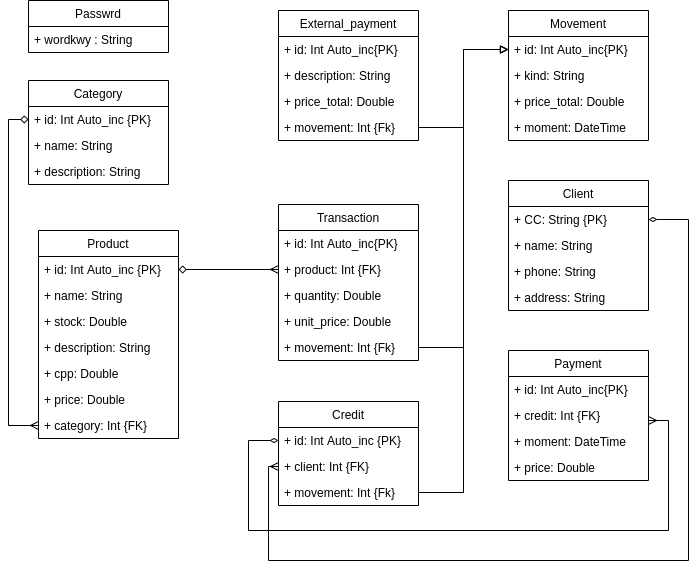
The draw.io diagram schemes/clases.png in DanielC0/TPS, before a commit. Source tidied: cells renumbered, new cells last; positions are measured from the earlier drawing's top-left corner, leaving out a move shared by most shapes. The source it was exported from:
```xml
<mxGraphModel>
  <root>
    <mxCell id="0" />
    <mxCell id="1" parent="0" />
    <mxCell id="2" value="Passwrd" style="swimlane;fontStyle=0;horizontal=1;startSize=26;fillColor=none;" parent="1" vertex="1">
      <mxGeometry width="140" height="52" as="geometry" />
    </mxCell>
    <mxCell id="3" value="+ wordkwy : String" style="text;strokeColor=none;fillColor=none;align=left;verticalAlign=top;spacingLeft=4;spacingRight=4;overflow=hidden;" parent="2" vertex="1">
      <mxGeometry y="26" width="140" height="26" as="geometry" />
    </mxCell>
    <mxCell id="4" value="Category" style="swimlane;fontStyle=0;horizontal=1;startSize=26;fillColor=none;" parent="1" vertex="1">
      <mxGeometry y="80" width="140" height="104" as="geometry" />
    </mxCell>
    <mxCell id="5" value="+ id: Int Auto_inc {PK}" style="text;strokeColor=none;fillColor=none;align=left;verticalAlign=top;spacingLeft=4;spacingRight=4;overflow=hidden;points=[[0,0.5],[1,0.5]];portConstraint=eastwest;" parent="4" vertex="1">
      <mxGeometry y="26" width="140" height="26" as="geometry" />
    </mxCell>
    <mxCell id="6" value="+ name: String" style="text;strokeColor=none;fillColor=none;align=left;verticalAlign=top;spacingLeft=4;spacingRight=4;overflow=hidden;" parent="4" vertex="1">
      <mxGeometry y="52" width="140" height="26" as="geometry" />
    </mxCell>
    <mxCell id="7" value="+ description: String" style="text;strokeColor=none;fillColor=none;align=left;verticalAlign=top;spacingLeft=4;spacingRight=4;overflow=hidden;" parent="4" vertex="1">
      <mxGeometry y="78" width="140" height="26" as="geometry" />
    </mxCell>
    <mxCell id="8" value="Product" style="swimlane;fontStyle=0;horizontal=1;startSize=26;fillColor=none;" parent="1" vertex="1">
      <mxGeometry x="10" y="230" width="140" height="208" as="geometry" />
    </mxCell>
    <mxCell id="9" value="+ id: Int Auto_inc {PK}" style="text;strokeColor=none;fillColor=none;align=left;verticalAlign=top;spacingLeft=4;spacingRight=4;overflow=hidden;points=[[0,0.5],[1,0.5]];portConstraint=eastwest;" parent="8" vertex="1">
      <mxGeometry y="26" width="140" height="26" as="geometry" />
    </mxCell>
    <mxCell id="10" value="+ name: String" style="text;strokeColor=none;fillColor=none;align=left;verticalAlign=top;spacingLeft=4;spacingRight=4;overflow=hidden;" parent="8" vertex="1">
      <mxGeometry y="52" width="140" height="26" as="geometry" />
    </mxCell>
    <mxCell id="11" value="+ stock: Double " style="text;strokeColor=none;fillColor=none;align=left;verticalAlign=top;spacingLeft=4;spacingRight=4;overflow=hidden;" parent="8" vertex="1">
      <mxGeometry y="78" width="140" height="26" as="geometry" />
    </mxCell>
    <mxCell id="12" value="+ description: String" style="text;strokeColor=none;fillColor=none;align=left;verticalAlign=top;spacingLeft=4;spacingRight=4;overflow=hidden;" parent="8" vertex="1">
      <mxGeometry y="104" width="140" height="26" as="geometry" />
    </mxCell>
    <mxCell id="13" value="+ cpp: Double" style="text;strokeColor=none;fillColor=none;align=left;verticalAlign=top;spacingLeft=4;spacingRight=4;overflow=hidden;" parent="8" vertex="1">
      <mxGeometry y="130" width="140" height="26" as="geometry" />
    </mxCell>
    <mxCell id="14" value="+ price: Double" style="text;strokeColor=none;fillColor=none;align=left;verticalAlign=top;spacingLeft=4;spacingRight=4;overflow=hidden;" parent="8" vertex="1">
      <mxGeometry y="156" width="140" height="26" as="geometry" />
    </mxCell>
    <mxCell id="15" value="+ category: Int {FK}" style="text;strokeColor=none;fillColor=none;align=left;verticalAlign=top;spacingLeft=4;spacingRight=4;overflow=hidden;points=[[0,0.5],[1,0.5]];portConstraint=eastwest;" parent="8" vertex="1">
      <mxGeometry y="182" width="140" height="26" as="geometry" />
    </mxCell>
    <mxCell id="16" value="Transaction" style="swimlane;fontStyle=0;horizontal=1;startSize=26;fillColor=none;" parent="1" vertex="1">
      <mxGeometry x="250" y="204" width="140" height="156" as="geometry" />
    </mxCell>
    <mxCell id="17" value="+ id: Int Auto_inc{PK}" style="text;strokeColor=none;fillColor=none;align=left;verticalAlign=top;spacingLeft=4;spacingRight=4;overflow=hidden;" parent="16" vertex="1">
      <mxGeometry y="26" width="140" height="26" as="geometry" />
    </mxCell>
    <mxCell id="18" value="+ product: Int {FK}" style="text;strokeColor=none;fillColor=none;align=left;verticalAlign=top;spacingLeft=4;spacingRight=4;overflow=hidden;points=[[0,0.5],[1,0.5]];portConstraint=eastwest;" parent="16" vertex="1">
      <mxGeometry y="52" width="140" height="26" as="geometry" />
    </mxCell>
    <mxCell id="19" value="+ quantity: Double" style="text;strokeColor=none;fillColor=none;align=left;verticalAlign=top;spacingLeft=4;spacingRight=4;overflow=hidden;" parent="16" vertex="1">
      <mxGeometry y="78" width="140" height="26" as="geometry" />
    </mxCell>
    <mxCell id="20" value="+ unit_price: Double" style="text;strokeColor=none;fillColor=none;align=left;verticalAlign=top;spacingLeft=4;spacingRight=4;overflow=hidden;" parent="16" vertex="1">
      <mxGeometry y="104" width="140" height="26" as="geometry" />
    </mxCell>
    <mxCell id="21" value="+ movement: Int {Fk}" style="text;strokeColor=none;fillColor=none;align=left;verticalAlign=top;spacingLeft=4;spacingRight=4;overflow=hidden;points=[[0,0.5],[1,0.5]];portConstraint=eastwest;" parent="16" vertex="1">
      <mxGeometry y="130" width="140" height="26" as="geometry" />
    </mxCell>
    <mxCell id="22" value="Movement" style="swimlane;fontStyle=0;horizontal=1;startSize=26;fillColor=none;" parent="1" vertex="1">
      <mxGeometry x="480" y="10" width="140" height="130" as="geometry" />
    </mxCell>
    <mxCell id="23" value="+ id: Int Auto_inc{PK}" style="text;strokeColor=none;fillColor=none;align=left;verticalAlign=top;spacingLeft=4;spacingRight=4;overflow=hidden;points=[[0,0.5],[1,0.5]];portConstraint=eastwest;" parent="22" vertex="1">
      <mxGeometry y="26" width="140" height="26" as="geometry" />
    </mxCell>
    <mxCell id="24" value="+ kind: String" style="text;strokeColor=none;fillColor=none;align=left;verticalAlign=top;spacingLeft=4;spacingRight=4;overflow=hidden;" parent="22" vertex="1">
      <mxGeometry y="52" width="140" height="26" as="geometry" />
    </mxCell>
    <mxCell id="25" value="+ price_total: Double" style="text;strokeColor=none;fillColor=none;align=left;verticalAlign=top;spacingLeft=4;spacingRight=4;overflow=hidden;" parent="22" vertex="1">
      <mxGeometry y="78" width="140" height="26" as="geometry" />
    </mxCell>
    <mxCell id="26" value="+ moment: DateTime" style="text;strokeColor=none;fillColor=none;align=left;verticalAlign=top;spacingLeft=4;spacingRight=4;overflow=hidden;" parent="22" vertex="1">
      <mxGeometry y="104" width="140" height="26" as="geometry" />
    </mxCell>
    <mxCell id="27" value="External_payment" style="swimlane;fontStyle=0;horizontal=1;startSize=26;fillColor=none;" parent="1" vertex="1">
      <mxGeometry x="250" y="10" width="140" height="130" as="geometry" />
    </mxCell>
    <mxCell id="28" value="+ id: Int Auto_inc{PK}" style="text;strokeColor=none;fillColor=none;align=left;verticalAlign=top;spacingLeft=4;spacingRight=4;overflow=hidden;" parent="27" vertex="1">
      <mxGeometry y="26" width="140" height="26" as="geometry" />
    </mxCell>
    <mxCell id="29" value="+ description: String" style="text;strokeColor=none;fillColor=none;align=left;verticalAlign=top;spacingLeft=4;spacingRight=4;overflow=hidden;" parent="27" vertex="1">
      <mxGeometry y="52" width="140" height="26" as="geometry" />
    </mxCell>
    <mxCell id="30" value="+ price_total: Double" style="text;strokeColor=none;fillColor=none;align=left;verticalAlign=top;spacingLeft=4;spacingRight=4;overflow=hidden;" parent="27" vertex="1">
      <mxGeometry y="78" width="140" height="26" as="geometry" />
    </mxCell>
    <mxCell id="31" value="+ movement: Int {Fk}" style="text;strokeColor=none;fillColor=none;align=left;verticalAlign=top;spacingLeft=4;spacingRight=4;overflow=hidden;points=[[0,0.5],[1,0.5]];portConstraint=eastwest;" parent="27" vertex="1">
      <mxGeometry y="104" width="140" height="26" as="geometry" />
    </mxCell>
    <mxCell id="32" value="Credit" style="swimlane;fontStyle=0;horizontal=1;startSize=26;fillColor=none;" parent="1" vertex="1">
      <mxGeometry x="250" y="401" width="140" height="104" as="geometry" />
    </mxCell>
    <mxCell id="33" value="+ id: Int Auto_inc {PK}" style="text;strokeColor=none;fillColor=none;align=left;verticalAlign=top;spacingLeft=4;spacingRight=4;overflow=hidden;points=[[0,0.5],[1,0.5]];portConstraint=eastwest;" parent="32" vertex="1">
      <mxGeometry y="26" width="140" height="26" as="geometry" />
    </mxCell>
    <mxCell id="34" value="+ client: Int {FK}" style="text;strokeColor=none;fillColor=none;align=left;verticalAlign=top;spacingLeft=4;spacingRight=4;overflow=hidden;points=[[0,0.5],[1,0.5]];portConstraint=eastwest;" parent="32" vertex="1">
      <mxGeometry y="52" width="140" height="26" as="geometry" />
    </mxCell>
    <mxCell id="35" value="+ movement: Int {Fk}" style="text;strokeColor=none;fillColor=none;align=left;verticalAlign=top;spacingLeft=4;spacingRight=4;overflow=hidden;points=[[0,0.5],[1,0.5]];portConstraint=eastwest;" parent="32" vertex="1">
      <mxGeometry y="78" width="140" height="26" as="geometry" />
    </mxCell>
    <mxCell id="36" value="Client" style="swimlane;fontStyle=0;horizontal=1;startSize=26;fillColor=none;" parent="1" vertex="1">
      <mxGeometry x="480" y="180" width="140" height="130" as="geometry" />
    </mxCell>
    <mxCell id="37" value="+ CC: String {PK}" style="text;strokeColor=none;fillColor=none;align=left;verticalAlign=top;spacingLeft=4;spacingRight=4;overflow=hidden;points=[[0,0.5],[1,0.5]];portConstraint=eastwest;" parent="36" vertex="1">
      <mxGeometry y="26" width="140" height="26" as="geometry" />
    </mxCell>
    <mxCell id="38" value="+ name: String" style="text;strokeColor=none;fillColor=none;align=left;verticalAlign=top;spacingLeft=4;spacingRight=4;overflow=hidden;" parent="36" vertex="1">
      <mxGeometry y="52" width="140" height="26" as="geometry" />
    </mxCell>
    <mxCell id="39" value="+ phone: String" style="text;strokeColor=none;fillColor=none;align=left;verticalAlign=top;spacingLeft=4;spacingRight=4;overflow=hidden;" parent="36" vertex="1">
      <mxGeometry y="78" width="140" height="26" as="geometry" />
    </mxCell>
    <mxCell id="40" value="+ address: String" style="text;strokeColor=none;fillColor=none;align=left;verticalAlign=top;spacingLeft=4;spacingRight=4;overflow=hidden;" parent="36" vertex="1">
      <mxGeometry y="104" width="140" height="26" as="geometry" />
    </mxCell>
    <mxCell id="41" value="Payment" style="swimlane;fontStyle=0;horizontal=1;startSize=26;fillColor=none;" parent="1" vertex="1">
      <mxGeometry x="480" y="350" width="140" height="130" as="geometry" />
    </mxCell>
    <mxCell id="42" value="+ id: Int Auto_inc{PK}" style="text;strokeColor=none;fillColor=none;align=left;verticalAlign=top;spacingLeft=4;spacingRight=4;overflow=hidden;" parent="41" vertex="1">
      <mxGeometry y="26" width="140" height="26" as="geometry" />
    </mxCell>
    <mxCell id="43" value="+ credit: Int {FK}" style="text;strokeColor=none;fillColor=none;align=left;verticalAlign=top;spacingLeft=4;spacingRight=4;overflow=hidden;points=[[0,0.5],[1,0.5]];portConstraint=eastwest;" parent="41" vertex="1">
      <mxGeometry y="52" width="140" height="26" as="geometry" />
    </mxCell>
    <mxCell id="44" value="+ moment: DateTime" style="text;strokeColor=none;fillColor=none;align=left;verticalAlign=top;spacingLeft=4;spacingRight=4;overflow=hidden;" parent="41" vertex="1">
      <mxGeometry y="78" width="140" height="26" as="geometry" />
    </mxCell>
    <mxCell id="45" value="+ price: Double" style="text;strokeColor=none;fillColor=none;align=left;verticalAlign=top;spacingLeft=4;spacingRight=4;overflow=hidden;" parent="41" vertex="1">
      <mxGeometry y="104" width="140" height="26" as="geometry" />
    </mxCell>
    <mxCell id="46" style="edgeStyle=orthogonalEdgeStyle;rounded=0;jettySize=auto;html=1;exitX=0;exitY=0.5;exitDx=0;exitDy=0;entryX=0;entryY=0.5;entryDx=0;entryDy=0;endArrow=diamond;endFill=0;startArrow=ERmany;startFill=0;" parent="1" edge="1" source="15" target="5">
      <mxGeometry relative="1" as="geometry" />
    </mxCell>
    <mxCell id="47" style="edgeStyle=orthogonalEdgeStyle;rounded=0;jettySize=auto;html=1;entryX=1;entryY=0.5;entryDx=0;entryDy=0;startArrow=ERmany;startFill=0;endArrow=diamond;endFill=0;" parent="1" edge="1" source="18" target="9">
      <mxGeometry relative="1" as="geometry" />
    </mxCell>
    <mxCell id="48" style="edgeStyle=orthogonalEdgeStyle;rounded=0;jettySize=auto;html=1;startArrow=none;startFill=0;endArrow=block;endFill=0;" parent="1" edge="1" source="35" target="23">
      <mxGeometry relative="1" as="geometry" />
    </mxCell>
    <mxCell id="49" style="edgeStyle=orthogonalEdgeStyle;rounded=0;jettySize=auto;html=1;startArrow=none;startFill=0;endArrow=block;endFill=0;" parent="1" edge="1" source="21" target="23">
      <mxGeometry relative="1" as="geometry" />
    </mxCell>
    <mxCell id="50" style="edgeStyle=orthogonalEdgeStyle;rounded=0;jettySize=auto;html=1;startArrow=none;startFill=0;endArrow=block;endFill=0;" parent="1" edge="1" source="31" target="23">
      <mxGeometry relative="1" as="geometry" />
    </mxCell>
    <mxCell id="51" style="edgeStyle=orthogonalEdgeStyle;rounded=0;jettySize=auto;html=1;startArrow=ERmany;startFill=0;endArrow=diamondThin;endFill=0;" parent="1" edge="1" source="43" target="33">
      <mxGeometry relative="1" as="geometry">
        <Array as="points">
          <mxPoint x="640" y="420" />
          <mxPoint x="640" y="530" />
          <mxPoint x="220" y="530" />
          <mxPoint x="220" y="440" />
        </Array>
      </mxGeometry>
    </mxCell>
    <mxCell id="52" style="edgeStyle=orthogonalEdgeStyle;rounded=0;jettySize=auto;html=1;entryX=1;entryY=0.5;entryDx=0;entryDy=0;startArrow=ERmany;startFill=0;endArrow=diamondThin;endFill=0;" parent="1" edge="1" source="34" target="37">
      <mxGeometry relative="1" as="geometry">
        <Array as="points">
          <mxPoint x="240" y="466" />
          <mxPoint x="240" y="560" />
          <mxPoint x="660" y="560" />
          <mxPoint x="660" y="219" />
        </Array>
      </mxGeometry>
    </mxCell>
  </root>
</mxGraphModel>
```
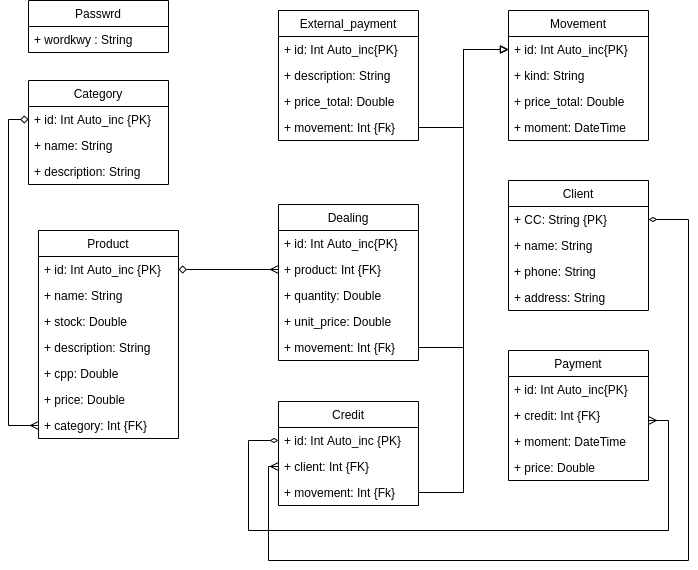
The same diagram one commit later.

The edit, as a diff of the source:
```diff
@@ -44,7 +44,7 @@
     <mxCell id="15" value="+ category: Int {FK}" style="text;strokeColor=none;fillColor=none;align=left;verticalAlign=top;spacingLeft=4;spacingRight=4;overflow=hidden;points=[[0,0.5],[1,0.5]];portConstraint=eastwest;" parent="8" vertex="1">
       <mxGeometry y="182" width="140" height="26" as="geometry" />
     </mxCell>
-    <mxCell id="16" value="Transaction" style="swimlane;fontStyle=0;horizontal=1;startSize=26;fillColor=none;" parent="1" vertex="1">
+    <mxCell id="16" value="Dealing" style="swimlane;fontStyle=0;horizontal=1;startSize=26;fillColor=none;" parent="1" vertex="1">
       <mxGeometry x="250" y="204" width="140" height="156" as="geometry" />
     </mxCell>
     <mxCell id="17" value="+ id: Int Auto_inc{PK}" style="text;strokeColor=none;fillColor=none;align=left;verticalAlign=top;spacingLeft=4;spacingRight=4;overflow=hidden;" parent="16" vertex="1">
```
